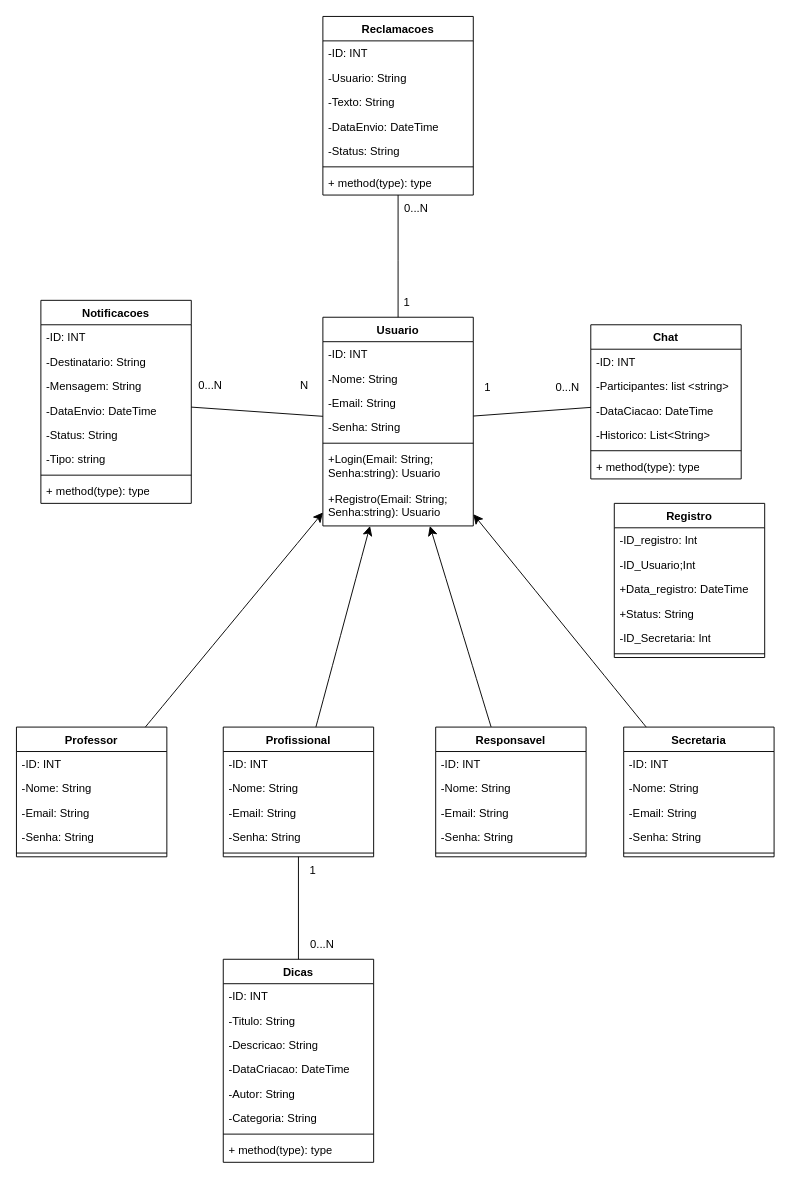
The draw.io diagram UML/diagrama_Classes.drawio in Marlon-Isaac/tcc, before the edit. Source tidied: cells renumbered, new cells numbered last; positions are measured from the earlier drawing's top-left corner, leaving out a move shared by most shapes. Both pictures are drawn from the tidied source at 94%, with x=0, y=0 at pixel (16, 16).
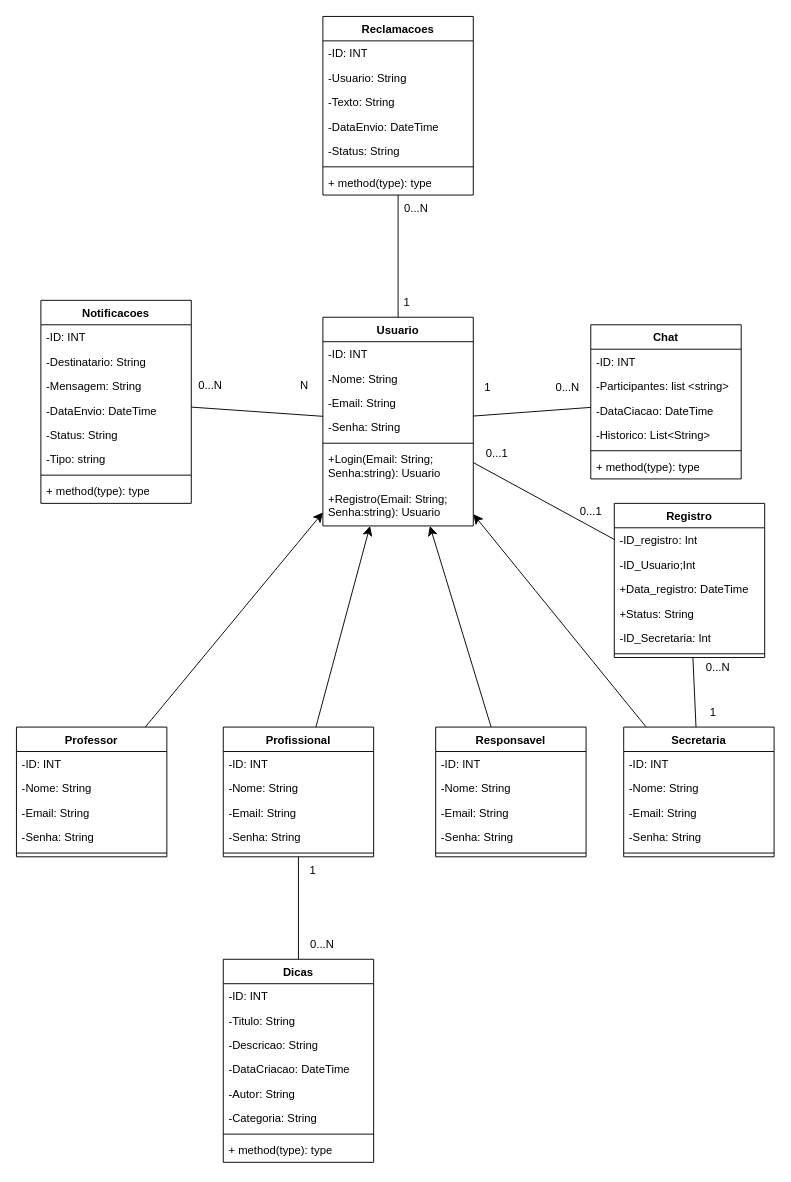
The same page after the edit.

The change refers to these unchanged cells:
```xml
<mxCell id="14" value="Secretaria" style="swimlane;fontStyle=1;align=center;verticalAlign=top;horizontal=1;startSize=26;whiteSpace=wrap;html=1;" parent="1" vertex="1">
  <mxGeometry x="646" y="756" width="160" height="138" as="geometry" />
</mxCell>
<mxCell id="27" value="Usuario" style="swimlane;fontStyle=1;align=center;verticalAlign=top;horizontal=1;startSize=26;whiteSpace=wrap;html=1;" parent="1" vertex="1">
  <mxGeometry x="326" y="320" width="160" height="222" as="geometry" />
</mxCell>
<mxCell id="83" value="Registro" style="swimlane;fontStyle=1;align=center;verticalAlign=top;horizontal=1;startSize=26;whiteSpace=wrap;html=1;" parent="1" vertex="1">
  <mxGeometry x="636" y="518" width="160" height="164" as="geometry" />
</mxCell>
```

Change to the diagram source:
```diff
@@
+    <mxCell id="90" style="endArrow=none;html=1;rounded=0;" parent="1" edge="1" source="83" target="14">
+      <mxGeometry relative="1" as="geometry" />
+    </mxCell>
+    <mxCell id="91" style="endArrow=none;html=1;rounded=0;" parent="1" edge="1" source="27" target="83">
+      <mxGeometry relative="1" as="geometry" />
+    </mxCell>
+    <mxCell id="92" value="1" style="text;html=1;align=center;verticalAlign=middle;strokeColor=none;fillColor=none;" parent="1" vertex="1">
+      <mxGeometry x="726" y="726" width="30" height="30" as="geometry" />
+    </mxCell>
+    <mxCell id="93" value="0...N" style="text;html=1;align=center;verticalAlign=middle;strokeColor=none;fillColor=none;" parent="1" vertex="1">
+      <mxGeometry x="721" y="678" width="50" height="30" as="geometry" />
+    </mxCell>
+    <mxCell id="94" value="0...1" style="text;html=1;align=center;verticalAlign=middle;strokeColor=none;fillColor=none;rotation=0;" parent="1" vertex="1">
+      <mxGeometry x="586" y="512" width="50" height="30" as="geometry" />
+    </mxCell>
+    <mxCell id="95" value="0...1" style="text;html=1;align=center;verticalAlign=middle;strokeColor=none;fillColor=none;" parent="1" vertex="1">
+      <mxGeometry x="486" y="450" width="50" height="30" as="geometry" />
+    </mxCell>
```
